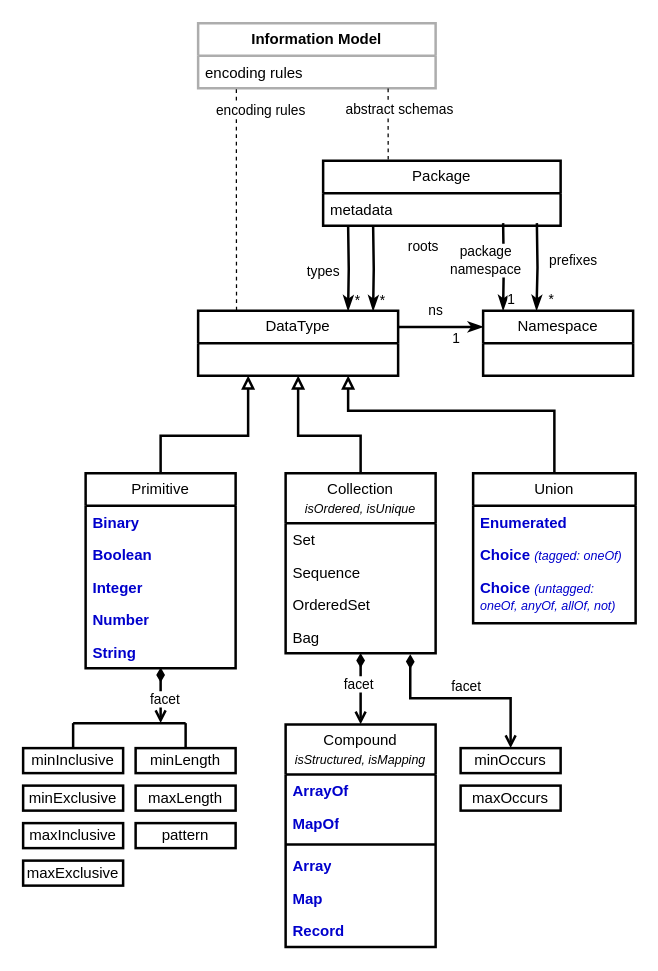
Above: images/sources/im.drawio in oasis-tcs/openc2-jadn (draw.io), before the change. Source tidied: cells renumbered, new cells numbered last; positions are measured from the earlier drawing's top-left corner, leaving out a move shared by most shapes. Both pictures are drawn from the tidied source at 125%, with x=0, y=0 at pixel (22, 22).
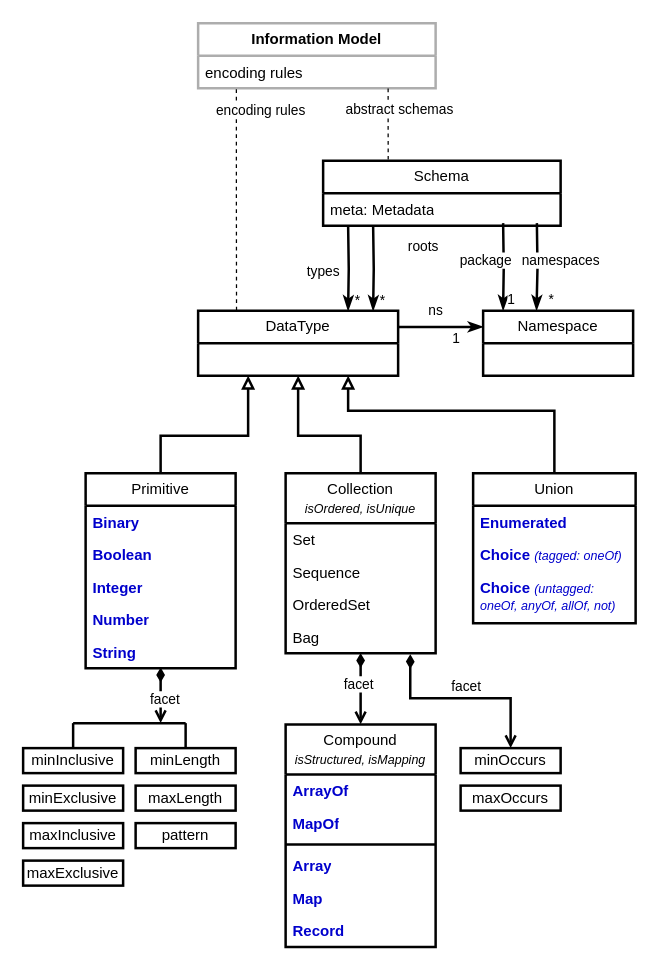
The same page after the edit.

The change refers to these unchanged cells:
```xml
<mxCell id="43" value="Namespace" style="swimlane;fontStyle=0;horizontal=1;startSize=26;fillColor=none;whiteSpace=wrap;html=1;strokeWidth=2;fontFamily=Helvetica;" parent="1" vertex="1">
  <mxGeometry x="368" y="230" width="120" height="52" as="geometry" />
</mxCell>
```

What changed in the source:
```diff
@@
-    <mxCell id="44" value="Package" style="swimlane;fontStyle=0;horizontal=1;startSize=26;fillColor=none;whiteSpace=wrap;html=1;strokeWidth=2;fontFamily=Helvetica;" parent="1" vertex="1">
+    <mxCell id="44" value="Schema" style="swimlane;fontStyle=0;horizontal=1;startSize=26;fillColor=none;whiteSpace=wrap;html=1;strokeWidth=2;fontFamily=Helvetica;" parent="1" vertex="1">
       <mxGeometry x="240" y="110" width="190" height="52" as="geometry" />
     </mxCell>
-    <mxCell id="45" value="metadata" style="text;strokeColor=none;fillColor=none;align=left;verticalAlign=top;spacingLeft=4;spacingRight=4;overflow=hidden;whiteSpace=wrap;html=1;" parent="44" vertex="1">
+    <mxCell id="45" value="meta: Metadata" style="text;strokeColor=none;fillColor=none;align=left;verticalAlign=top;spacingLeft=4;spacingRight=4;overflow=hidden;whiteSpace=wrap;html=1;" parent="44" vertex="1">
       <mxGeometry y="26" width="190" height="26" as="geometry" />
     </mxCell>
@@
-    <mxCell id="50" value="package&lt;br&gt;namespace" style="endArrow=classicThin;html=1;edgeStyle=orthogonalEdgeStyle;rounded=0;entryX=0.133;entryY=-0.006;entryDx=0;entryDy=0;strokeWidth=2;endSize=6;endFill=1;entryPerimeter=0;" parent="1" edge="1" target="43">
+    <mxCell id="50" value="package" style="endArrow=classicThin;html=1;edgeStyle=orthogonalEdgeStyle;rounded=0;entryX=0.133;entryY=-0.006;entryDx=0;entryDy=0;strokeWidth=2;endSize=6;endFill=1;entryPerimeter=0;" parent="1" edge="1" target="43">
       <mxGeometry x="-0.15" y="-14" relative="1" as="geometry">
         <mxPoint x="384" y="160" as="sourcePoint" />
       </mxGeometry>
     </mxCell>
@@
-    <mxCell id="54" value="prefixes" style="endArrow=classicThin;html=1;edgeStyle=orthogonalEdgeStyle;rounded=0;entryX=0.356;entryY=-0.006;entryDx=0;entryDy=0;strokeWidth=2;endSize=6;endFill=1;entryPerimeter=0;" parent="1" edge="1" target="43">
-      <mxGeometry x="-0.14" y="29" relative="1" as="geometry">
+    <mxCell id="54" value="namespaces" style="endArrow=classicThin;html=1;edgeStyle=orthogonalEdgeStyle;rounded=0;entryX=0.356;entryY=-0.006;entryDx=0;entryDy=0;strokeWidth=2;endSize=6;endFill=1;entryPerimeter=0;" parent="1" edge="1" target="43">
+      <mxGeometry x="-0.14" y="19" relative="1" as="geometry">
         <mxPoint x="411" y="160" as="sourcePoint" />
       </mxGeometry>
     </mxCell>
```
